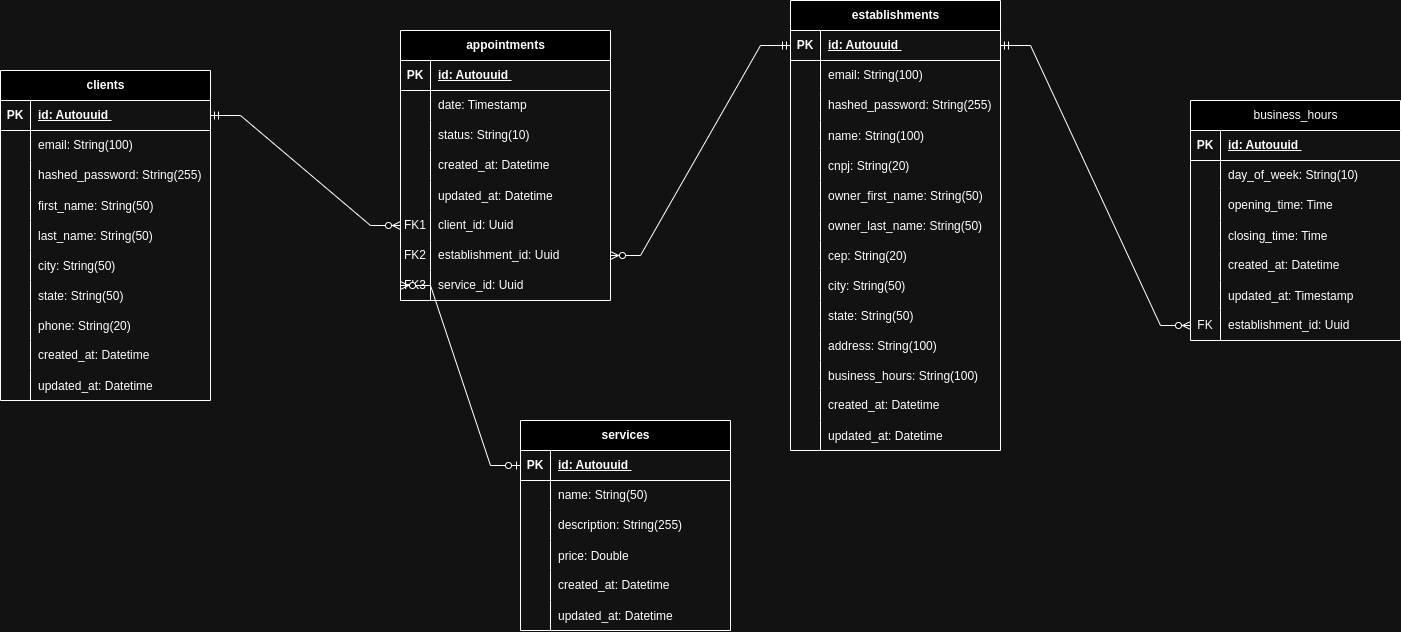
Above: docs/img/barberease-banco-de-dados.png in ICEI-PUC-Minas-PMV-ADS/pmv-ads-2024-1-e2-proj-int-t9-pmv-ads-2024-1-e2-proj-barberease (draw.io), before the change. Source tidied: cells renumbered, new cells last; positions are measured from the earlier drawing's top-left corner, leaving out a move shared by most shapes.
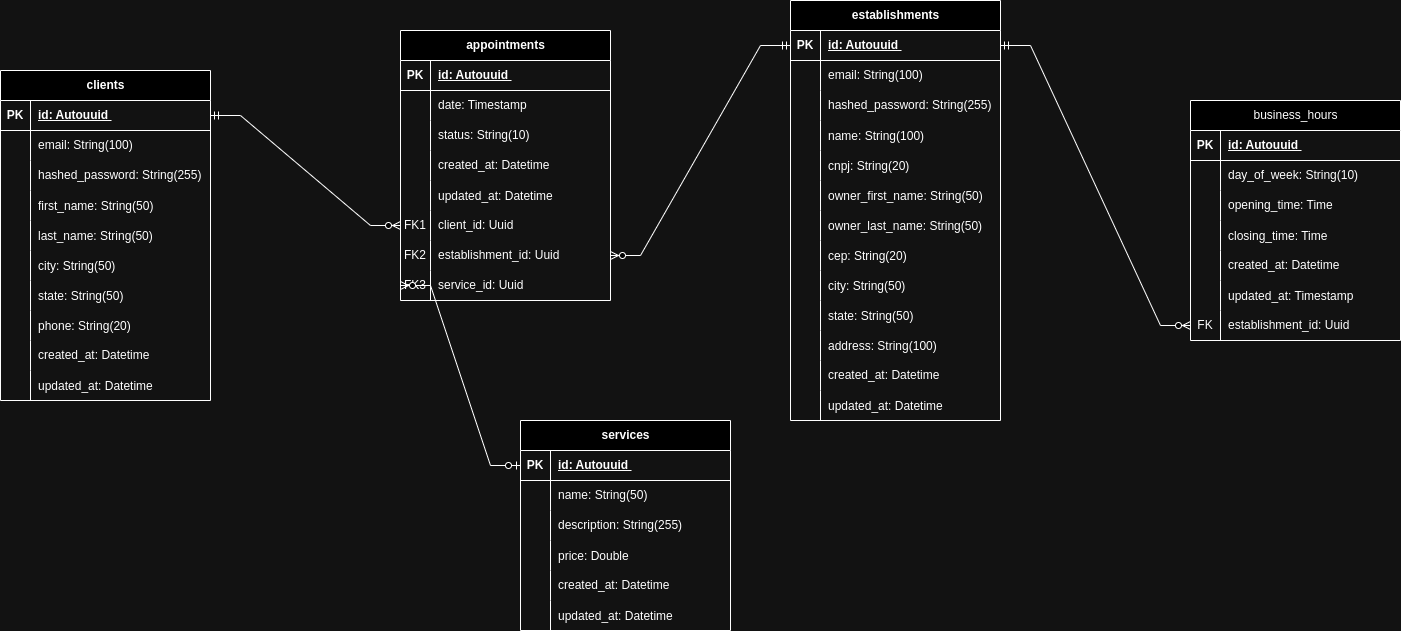
The same file after the commit.

Commit message:
docs: add software tests plan

The edit, as a diff of the source:
```diff
@@ -96,7 +96,7 @@
       <mxGeometry x="30" width="180" height="30" as="geometry" />
     </mxCell>
     <mxCell id="33" value="establishments" style="shape=table;startSize=30;rowLines=0;fontStyle=1;align=center;html=1;" parent="1" vertex="1">
-      <mxGeometry x="790" width="210" height="450" as="geometry" />
+      <mxGeometry x="790" width="210" height="420" as="geometry" />
     </mxCell>
     <mxCell id="34" style="shape=tableRow;horizontal=0;startSize=0;swimlaneHead=0;swimlaneBody=0;fillColor=none;points=[[0,0.5],[1,0.5]];portConstraint=eastwest;top=0;left=0;right=0;bottom=1;" parent="33" vertex="1">
       <mxGeometry y="30" width="210" height="30" as="geometry" />
@@ -197,17 +197,8 @@
     <mxCell id="66" value="address: String(100)" style="shape=partialRectangle;fillColor=none;top=0;left=0;bottom=0;right=0;align=left;spacingLeft=6;overflow=hidden;" parent="64" vertex="1">
       <mxGeometry x="30" width="180" height="30" as="geometry" />
     </mxCell>
-    <mxCell id="67" style="shape=tableRow;horizontal=0;startSize=0;swimlaneHead=0;swimlaneBody=0;fillColor=none;top=0;left=0;right=0;bottom=0;" parent="33" vertex="1">
-      <mxGeometry y="360" width="210" height="30" as="geometry" />
-    </mxCell>
-    <mxCell id="68" style="shape=partialRectangle;fillColor=none;top=0;left=0;bottom=0;right=0;overflow=hidden;" parent="67" vertex="1">
-      <mxGeometry width="30" height="30" as="geometry" />
-    </mxCell>
-    <mxCell id="69" value="business_hours: String(100)" style="shape=partialRectangle;fillColor=none;top=0;left=0;bottom=0;right=0;align=left;spacingLeft=6;overflow=hidden;" parent="67" vertex="1">
-      <mxGeometry x="30" width="180" height="30" as="geometry" />
-    </mxCell>
     <mxCell id="70" style="shape=tableRow;horizontal=0;startSize=0;swimlaneHead=0;swimlaneBody=0;fillColor=none;top=0;left=0;right=0;bottom=0;" parent="33" vertex="1">
-      <mxGeometry y="390" width="210" height="30" as="geometry" />
+      <mxGeometry y="360" width="210" height="30" as="geometry" />
     </mxCell>
     <mxCell id="71" style="shape=partialRectangle;fillColor=none;top=0;left=0;bottom=0;right=0;overflow=hidden;whiteSpace=wrap;html=1;" parent="70" vertex="1">
       <mxGeometry width="30" height="30" as="geometry" />
@@ -216,7 +207,7 @@
       <mxGeometry x="30" width="180" height="30" as="geometry" />
     </mxCell>
     <mxCell id="73" style="shape=tableRow;horizontal=0;startSize=0;swimlaneHead=0;swimlaneBody=0;fillColor=none;top=0;left=0;right=0;bottom=0;" parent="33" vertex="1">
-      <mxGeometry y="420" width="210" height="30" as="geometry" />
+      <mxGeometry y="390" width="210" height="30" as="geometry" />
     </mxCell>
     <mxCell id="74" style="shape=partialRectangle;fillColor=none;top=0;left=0;bottom=0;right=0;overflow=hidden;" parent="73" vertex="1">
       <mxGeometry width="30" height="30" as="geometry" />
```
